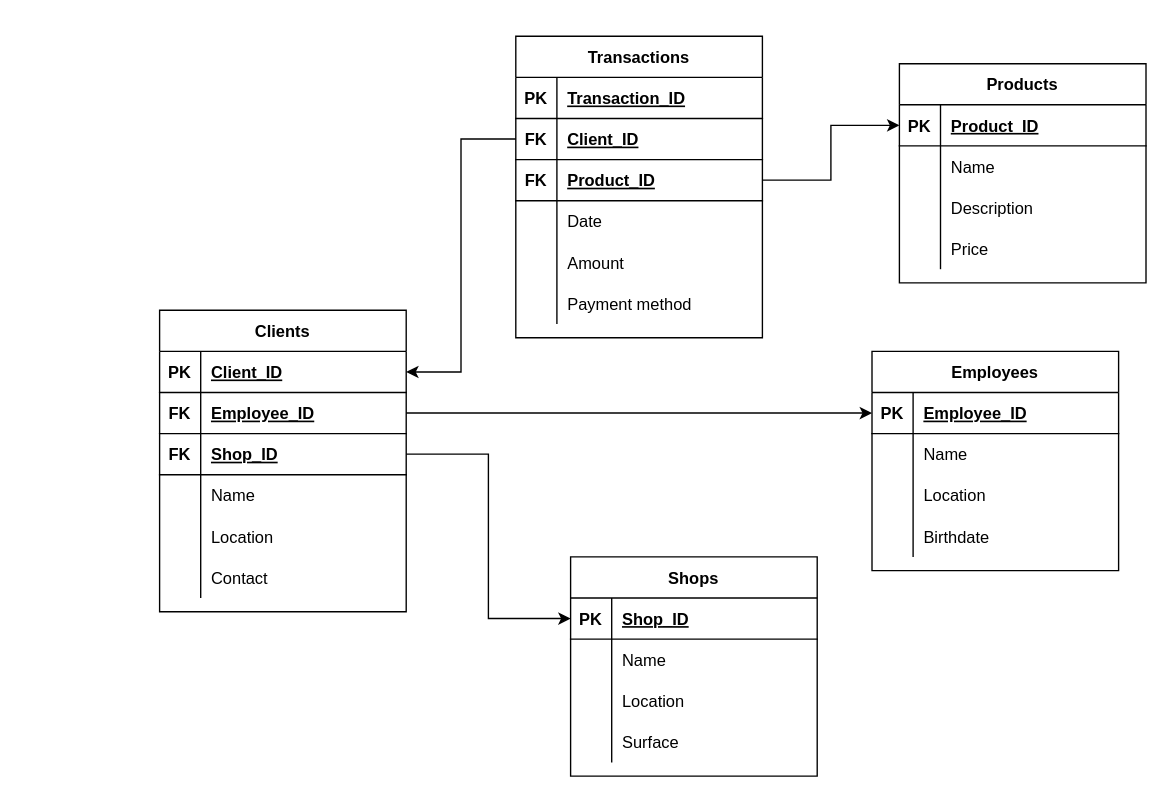
Above: Module01/Relational database diagram.drawio in eric-martinet/IRONLABS (draw.io), before the change. Source tidied: cells renumbered, new cells numbered last; positions are measured from the earlier drawing's top-left corner, leaving out a move shared by most shapes. Both pictures are drawn from the tidied source at 137%, with x=0, y=0 at pixel (159, 36).
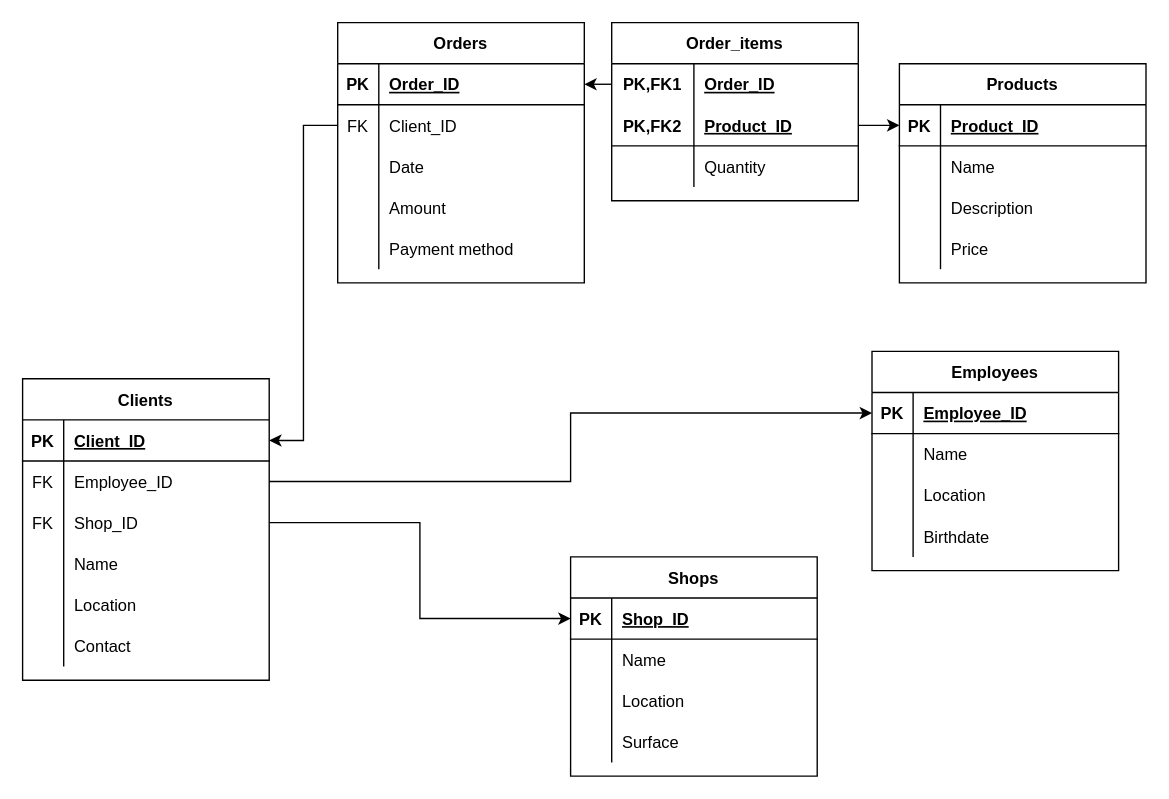
Above is the later version.

Unchanged cells that the change refers to:
```xml
<mxCell id="3" style="shape=tableRow;horizontal=0;startSize=0;swimlaneHead=0;swimlaneBody=0;fillColor=none;points=[[0,0.5],[1,0.5]];portConstraint=eastwest;top=0;left=0;right=0;bottom=1;" parent="2" vertex="1">
  <mxGeometry y="30" width="180" height="30" as="geometry" />
</mxCell>
<mxCell id="22" style="shape=tableRow;horizontal=0;startSize=0;swimlaneHead=0;swimlaneBody=0;fillColor=none;points=[[0,0.5],[1,0.5]];portConstraint=eastwest;top=0;left=0;right=0;bottom=1;" parent="21" vertex="1">
  <mxGeometry y="30" width="180" height="30" as="geometry" />
</mxCell>
<mxCell id="35" style="shape=tableRow;horizontal=0;startSize=0;swimlaneHead=0;swimlaneBody=0;fillColor=none;points=[[0,0.5],[1,0.5]];portConstraint=eastwest;top=0;left=0;right=0;bottom=1;" parent="34" vertex="1">
  <mxGeometry y="30" width="180" height="30" as="geometry" />
</mxCell>
<mxCell id="48" style="shape=tableRow;horizontal=0;startSize=0;swimlaneHead=0;swimlaneBody=0;fillColor=none;points=[[0,0.5],[1,0.5]];portConstraint=eastwest;top=0;left=0;right=0;bottom=1;" parent="47" vertex="1">
  <mxGeometry y="30" width="180" height="30" as="geometry" />
</mxCell>
<mxCell id="63" style="shape=tableRow;horizontal=0;startSize=0;swimlaneHead=0;swimlaneBody=0;fillColor=none;points=[[0,0.5],[1,0.5]];portConstraint=eastwest;top=0;left=0;right=0;bottom=1;strokeColor=default;" parent="62" vertex="1">
  <mxGeometry y="30" width="180" height="30" as="geometry" />
</mxCell>
```

Change to the diagram source:
```diff
@@
     <mxCell id="2" value="Clients" style="shape=table;startSize=30;childLayout=tableLayout;rowLines=0;fontStyle=1;align=center;" parent="1" vertex="1">
-      <mxGeometry y="200" width="180" height="220" as="geometry" />
+      <mxGeometry x="-100" y="250" width="180" height="220" as="geometry" />
     </mxCell>
@@
-    <mxCell id="6" style="shape=tableRow;horizontal=0;startSize=0;swimlaneHead=0;swimlaneBody=0;fillColor=none;points=[[0,0.5],[1,0.5]];portConstraint=eastwest;top=0;left=0;right=0;bottom=1;" parent="2" vertex="1">
-      <mxGeometry y="60" width="180" height="30" as="geometry" />
-    </mxCell>
-    <mxCell id="7" value="FK" style="shape=partialRectangle;fillColor=none;top=0;left=0;bottom=0;right=0;fontStyle=1;overflow=hidden;" parent="6" vertex="1">
-      <mxGeometry width="30" height="30" as="geometry" />
-    </mxCell>
+    <mxCell id="83" style="shape=tableRow;horizontal=0;startSize=0;swimlaneHead=0;swimlaneBody=0;fillColor=none;points=[[0,0.5],[1,0.5]];portConstraint=eastwest;top=0;left=0;right=0;bottom=0;strokeColor=default;" parent="2" vertex="1">
+      <mxGeometry y="60" width="180" height="30" as="geometry" />
+    </mxCell>
+    <mxCell id="84" value="FK" style="shape=partialRectangle;fillColor=none;top=0;left=0;bottom=0;right=0;fontStyle=0;overflow=hidden;strokeColor=default;" parent="83" vertex="1">
+      <mxGeometry width="30" height="30" as="geometry" />
+    </mxCell>
-    <mxCell id="8" value="Employee_ID" style="shape=partialRectangle;fillColor=none;top=0;left=0;bottom=0;right=0;align=left;spacingLeft=6;fontStyle=5;overflow=hidden;" parent="6" vertex="1">
+    <mxCell id="8" value="Employee_ID" style="shape=partialRectangle;fillColor=none;top=0;left=0;bottom=0;right=0;align=left;spacingLeft=6;fontStyle=0;overflow=hidden;strokeColor=default;" parent="83" vertex="1">
       <mxGeometry x="30" width="150" height="30" as="geometry" />
     </mxCell>
-    <mxCell id="9" style="shape=tableRow;horizontal=0;startSize=0;swimlaneHead=0;swimlaneBody=0;fillColor=none;points=[[0,0.5],[1,0.5]];portConstraint=eastwest;top=0;left=0;right=0;bottom=1;" parent="2" vertex="1">
-      <mxGeometry y="90" width="180" height="30" as="geometry" />
-    </mxCell>
-    <mxCell id="10" value="FK" style="shape=partialRectangle;fillColor=none;top=0;left=0;bottom=0;right=0;fontStyle=1;overflow=hidden;" parent="9" vertex="1">
-      <mxGeometry width="30" height="30" as="geometry" />
-    </mxCell>
+    <mxCell id="85" style="shape=tableRow;horizontal=0;startSize=0;swimlaneHead=0;swimlaneBody=0;fillColor=none;points=[[0,0.5],[1,0.5]];portConstraint=eastwest;top=0;left=0;right=0;bottom=0;strokeColor=default;" parent="2" vertex="1">
+      <mxGeometry y="90" width="180" height="30" as="geometry" />
+    </mxCell>
+    <mxCell id="86" value="FK" style="shape=partialRectangle;fillColor=none;top=0;left=0;bottom=0;right=0;fontStyle=0;overflow=hidden;strokeColor=default;" parent="85" vertex="1">
+      <mxGeometry width="30" height="30" as="geometry" />
+    </mxCell>
-    <mxCell id="11" value="Shop_ID" style="shape=partialRectangle;fillColor=none;top=0;left=0;bottom=0;right=0;align=left;spacingLeft=6;fontStyle=5;overflow=hidden;" parent="9" vertex="1">
+    <mxCell id="11" value="Shop_ID" style="shape=partialRectangle;fillColor=none;top=0;left=0;bottom=0;right=0;align=left;spacingLeft=6;fontStyle=0;overflow=hidden;strokeColor=default;" parent="85" vertex="1">
       <mxGeometry x="30" width="150" height="30" as="geometry" />
     </mxCell>
@@
-    <mxCell id="60" style="edgeStyle=orthogonalEdgeStyle;rounded=0;jettySize=auto;html=1;exitX=1;exitY=0.5;exitDx=0;exitDy=0;entryX=0;entryY=0.5;entryDx=0;entryDy=0;" parent="1" edge="1" source="6" target="22">
-      <mxGeometry relative="1" as="geometry" />
-    </mxCell>
-    <mxCell id="61" style="edgeStyle=orthogonalEdgeStyle;rounded=0;jettySize=auto;html=1;exitX=1;exitY=0.5;exitDx=0;exitDy=0;entryX=0;entryY=0.5;entryDx=0;entryDy=0;" parent="1" edge="1" source="9" target="48">
-      <mxGeometry relative="1" as="geometry" />
-    </mxCell>
-    <mxCell id="62" value="Transactions" style="shape=table;startSize=30;childLayout=tableLayout;rowLines=0;fontStyle=1;align=center;strokeColor=default;" parent="1" vertex="1">
-      <mxGeometry x="260" width="180" height="220" as="geometry" />
+    <mxCell id="62" value="Orders" style="shape=table;startSize=30;childLayout=tableLayout;rowLines=0;fontStyle=1;align=center;strokeColor=default;" parent="1" vertex="1">
+      <mxGeometry x="130" y="-10" width="180" height="190" as="geometry" />
     </mxCell>
@@
-    <mxCell id="65" value="Transaction_ID" style="shape=partialRectangle;fillColor=none;top=0;left=0;bottom=0;right=0;align=left;spacingLeft=6;fontStyle=5;overflow=hidden;strokeColor=default;" parent="63" vertex="1">
+    <mxCell id="65" value="Order_ID" style="shape=partialRectangle;fillColor=none;top=0;left=0;bottom=0;right=0;align=left;spacingLeft=6;fontStyle=5;overflow=hidden;strokeColor=default;" parent="63" vertex="1">
       <mxGeometry x="30" width="150" height="30" as="geometry" />
     </mxCell>
-    <mxCell id="66" style="shape=tableRow;horizontal=0;startSize=0;swimlaneHead=0;swimlaneBody=0;fillColor=none;points=[[0,0.5],[1,0.5]];portConstraint=eastwest;top=0;left=0;right=0;bottom=1;strokeColor=default;" parent="62" vertex="1">
-      <mxGeometry y="60" width="180" height="30" as="geometry" />
-    </mxCell>
-    <mxCell id="67" value="FK" style="shape=partialRectangle;fillColor=none;top=0;left=0;bottom=0;right=0;fontStyle=1;overflow=hidden;strokeColor=default;" parent="66" vertex="1">
-      <mxGeometry width="30" height="30" as="geometry" />
-    </mxCell>
+    <mxCell id="87" style="shape=tableRow;horizontal=0;startSize=0;swimlaneHead=0;swimlaneBody=0;fillColor=none;points=[[0,0.5],[1,0.5]];portConstraint=eastwest;top=0;left=0;right=0;bottom=0;strokeColor=default;" parent="62" vertex="1">
+      <mxGeometry y="60" width="180" height="30" as="geometry" />
+    </mxCell>
+    <mxCell id="88" value="FK" style="shape=partialRectangle;fillColor=none;top=0;left=0;bottom=0;right=0;fontStyle=0;overflow=hidden;strokeColor=default;" parent="87" vertex="1">
+      <mxGeometry width="30" height="30" as="geometry" />
+    </mxCell>
-    <mxCell id="68" value="Client_ID" style="shape=partialRectangle;fillColor=none;top=0;left=0;bottom=0;right=0;align=left;spacingLeft=6;fontStyle=5;overflow=hidden;strokeColor=default;" parent="66" vertex="1">
+    <mxCell id="68" value="Client_ID" style="shape=partialRectangle;fillColor=none;top=0;left=0;bottom=0;right=0;align=left;spacingLeft=6;fontStyle=0;overflow=hidden;strokeColor=default;" parent="87" vertex="1">
       <mxGeometry x="30" width="150" height="30" as="geometry" />
     </mxCell>
-    <mxCell id="69" style="shape=tableRow;horizontal=0;startSize=0;swimlaneHead=0;swimlaneBody=0;fillColor=none;points=[[0,0.5],[1,0.5]];portConstraint=eastwest;top=0;left=0;right=0;bottom=1;strokeColor=default;" parent="62" vertex="1">
-      <mxGeometry y="90" width="180" height="30" as="geometry" />
-    </mxCell>
-    <mxCell id="70" value="FK" style="shape=partialRectangle;fillColor=none;top=0;left=0;bottom=0;right=0;fontStyle=1;overflow=hidden;strokeColor=default;" parent="69" vertex="1">
-      <mxGeometry width="30" height="30" as="geometry" />
-    </mxCell>
-    <mxCell id="71" value="Product_ID" style="shape=partialRectangle;fillColor=none;top=0;left=0;bottom=0;right=0;align=left;spacingLeft=6;fontStyle=5;overflow=hidden;strokeColor=default;" parent="69" vertex="1">
-      <mxGeometry x="30" width="150" height="30" as="geometry" />
-    </mxCell>
     <mxCell id="72" style="shape=tableRow;horizontal=0;startSize=0;swimlaneHead=0;swimlaneBody=0;fillColor=none;top=0;left=0;right=0;bottom=0;strokeColor=default;" parent="62" vertex="1">
-      <mxGeometry y="120" width="180" height="30" as="geometry" />
+      <mxGeometry y="90" width="180" height="30" as="geometry" />
     </mxCell>
@@
     <mxCell id="75" style="shape=tableRow;horizontal=0;startSize=0;swimlaneHead=0;swimlaneBody=0;fillColor=none;top=0;left=0;right=0;bottom=0;strokeColor=default;" parent="62" vertex="1">
-      <mxGeometry y="150" width="180" height="30" as="geometry" />
+      <mxGeometry y="120" width="180" height="30" as="geometry" />
     </mxCell>
@@
     <mxCell id="78" style="shape=tableRow;horizontal=0;startSize=0;swimlaneHead=0;swimlaneBody=0;fillColor=none;top=0;left=0;right=0;bottom=0;strokeColor=default;" parent="62" vertex="1">
-      <mxGeometry y="180" width="180" height="30" as="geometry" />
+      <mxGeometry y="150" width="180" height="30" as="geometry" />
     </mxCell>
@@
-    <mxCell id="81" style="edgeStyle=orthogonalEdgeStyle;rounded=0;jettySize=auto;html=1;exitX=0;exitY=0.5;exitDx=0;exitDy=0;entryX=1;entryY=0.5;entryDx=0;entryDy=0;" parent="1" edge="1" source="66" target="3">
-      <mxGeometry relative="1" as="geometry" />
-    </mxCell>
-    <mxCell id="82" style="edgeStyle=orthogonalEdgeStyle;rounded=0;jettySize=auto;html=1;exitX=1;exitY=0.5;exitDx=0;exitDy=0;entryX=0;entryY=0.5;entryDx=0;entryDy=0;" parent="1" edge="1" source="69" target="35">
-      <mxGeometry relative="1" as="geometry" />
-    </mxCell>
+    <mxCell id="89" style="edgeStyle=orthogonalEdgeStyle;rounded=0;jettySize=auto;html=1;exitX=1;exitY=0.5;exitDx=0;exitDy=0;entryX=0;entryY=0.5;entryDx=0;entryDy=0;" parent="1" edge="1" source="83" target="22">
+      <mxGeometry relative="1" as="geometry" />
+    </mxCell>
+    <mxCell id="90" style="edgeStyle=orthogonalEdgeStyle;rounded=0;jettySize=auto;html=1;exitX=1;exitY=0.5;exitDx=0;exitDy=0;entryX=0;entryY=0.5;entryDx=0;entryDy=0;" parent="1" edge="1" source="85" target="48">
+      <mxGeometry relative="1" as="geometry" />
+    </mxCell>
+    <mxCell id="91" style="edgeStyle=orthogonalEdgeStyle;rounded=0;jettySize=auto;html=1;exitX=0;exitY=0.5;exitDx=0;exitDy=0;entryX=1;entryY=0.5;entryDx=0;entryDy=0;" parent="1" edge="1" source="87" target="3">
+      <mxGeometry relative="1" as="geometry" />
+    </mxCell>
+    <mxCell id="92" value="Order_items" style="shape=table;startSize=30;childLayout=tableLayout;rowLines=0;fontStyle=1;align=center;" parent="1" vertex="1">
+      <mxGeometry x="330" y="-10" width="180" height="130" as="geometry" />
+    </mxCell>
+    <mxCell id="93" style="shape=tableRow;horizontal=0;startSize=0;swimlaneHead=0;swimlaneBody=0;fillColor=none;points=[[0,0.5],[1,0.5]];portConstraint=eastwest;top=0;left=0;right=0;bottom=0;" parent="92" vertex="1">
+      <mxGeometry y="30" width="180" height="30" as="geometry" />
+    </mxCell>
+    <mxCell id="94" value="PK,FK1" style="shape=partialRectangle;fillColor=none;top=0;left=0;bottom=0;right=0;fontStyle=1;overflow=hidden;" parent="93" vertex="1">
+      <mxGeometry width="60" height="30" as="geometry" />
+    </mxCell>
+    <mxCell id="95" value="Order_ID" style="shape=partialRectangle;fillColor=none;top=0;left=0;bottom=0;right=0;align=left;spacingLeft=6;fontStyle=5;overflow=hidden;" parent="93" vertex="1">
+      <mxGeometry x="60" width="120" height="30" as="geometry" />
+    </mxCell>
+    <mxCell id="6" style="shape=tableRow;horizontal=0;startSize=0;swimlaneHead=0;swimlaneBody=0;fillColor=none;points=[[0,0.5],[1,0.5]];portConstraint=eastwest;top=0;left=0;right=0;bottom=1;" parent="92" vertex="1">
+      <mxGeometry y="60" width="180" height="30" as="geometry" />
+    </mxCell>
+    <mxCell id="96" value="PK,FK2" style="shape=partialRectangle;fillColor=none;top=0;left=0;bottom=0;right=0;fontStyle=1;overflow=hidden;" parent="6" vertex="1">
+      <mxGeometry width="60" height="30" as="geometry" />
+    </mxCell>
+    <mxCell id="71" value="Product_ID" style="shape=partialRectangle;fillColor=none;top=0;left=0;bottom=0;right=0;align=left;spacingLeft=6;fontStyle=5;overflow=hidden;" parent="6" vertex="1">
+      <mxGeometry x="60" width="120" height="30" as="geometry" />
+    </mxCell>
+    <mxCell id="97" style="shape=tableRow;horizontal=0;startSize=0;swimlaneHead=0;swimlaneBody=0;fillColor=none;top=0;left=0;right=0;bottom=0;" parent="92" vertex="1">
+      <mxGeometry y="90" width="180" height="30" as="geometry" />
+    </mxCell>
+    <mxCell id="98" style="shape=partialRectangle;fillColor=none;top=0;left=0;bottom=0;right=0;overflow=hidden;" parent="97" vertex="1">
+      <mxGeometry width="60" height="30" as="geometry" />
+    </mxCell>
+    <mxCell id="99" value="Quantity" style="shape=partialRectangle;fillColor=none;top=0;left=0;bottom=0;right=0;align=left;spacingLeft=6;overflow=hidden;" parent="97" vertex="1">
+      <mxGeometry x="60" width="120" height="30" as="geometry" />
+    </mxCell>
+    <mxCell id="100" style="edgeStyle=orthogonalEdgeStyle;rounded=0;jettySize=auto;html=1;exitX=1;exitY=0.5;exitDx=0;exitDy=0;entryX=0;entryY=0.5;entryDx=0;entryDy=0;" parent="1" edge="1" source="6" target="35">
+      <mxGeometry relative="1" as="geometry" />
+    </mxCell>
+    <mxCell id="101" style="edgeStyle=orthogonalEdgeStyle;rounded=0;jettySize=auto;html=1;exitX=0;exitY=0.5;exitDx=0;exitDy=0;entryX=1;entryY=0.5;entryDx=0;entryDy=0;" parent="1" edge="1" source="93" target="63">
+      <mxGeometry relative="1" as="geometry" />
+    </mxCell>
```
